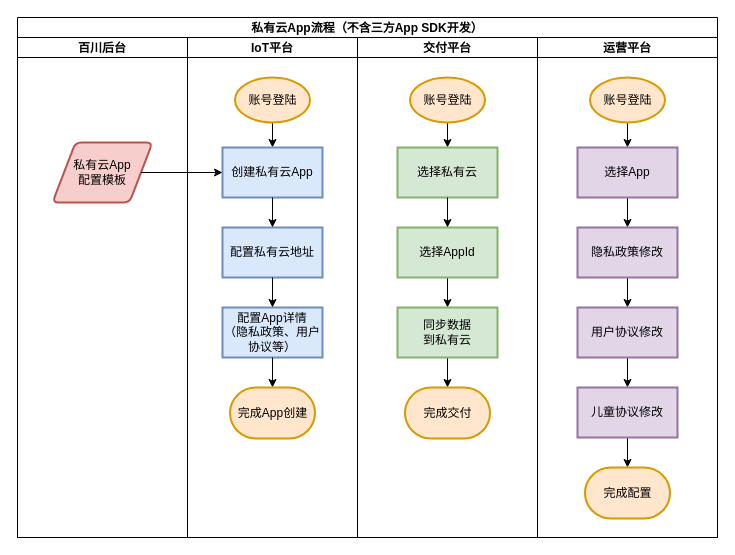
Before: page "app开发流程" (2 of 2) of Cube_workflow.drawio in Sidamor/drawio, a draw.io diagram. Source tidied: cells renumbered, new cells numbered last; positions are measured from the earlier drawing's top-left corner, leaving out a move shared by most shapes. Both pictures are drawn from the tidied source at 100%, with x=0, y=0 at pixel (17, 17).
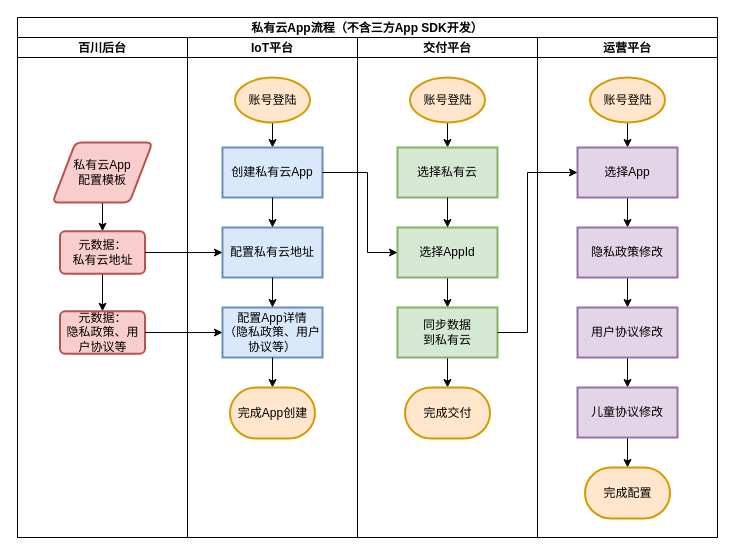
After the change.

Unchanged cells that the change refers to:
```xml
<mxCell id="2" value="私有云App流程（不含三方App SDK开发）" style="swimlane;startSize=20;" parent="1" vertex="1">
  <mxGeometry width="700" height="520" as="geometry" />
</mxCell>
<mxCell id="3" value="百川后台" style="swimlane;startSize=20;" parent="2" vertex="1">
  <mxGeometry y="20" width="170" height="500" as="geometry" />
</mxCell>
<mxCell id="4" value="私有云App&lt;br&gt;配置模板" style="shape=parallelogram;html=1;strokeWidth=2;perimeter=parallelogramPerimeter;whiteSpace=wrap;rounded=1;arcSize=12;size=0.23;fillColor=#f8cecc;strokeColor=#b85450;" parent="3" vertex="1">
  <mxGeometry x="35" y="105" width="100" height="60" as="geometry" />
</mxCell>
<mxCell id="8" value="创建私有云App" style="whiteSpace=wrap;html=1;fillColor=#dae8fc;strokeColor=#6c8ebf;strokeWidth=2;" parent="5" vertex="1">
  <mxGeometry x="35" y="110" width="100" height="50" as="geometry" />
</mxCell>
<mxCell id="9" value="配置私有云地址" style="whiteSpace=wrap;html=1;fillColor=#dae8fc;strokeColor=#6c8ebf;strokeWidth=2;" parent="5" vertex="1">
  <mxGeometry x="35" y="190" width="100" height="50" as="geometry" />
</mxCell>
<mxCell id="11" value="配置App详情&lt;br&gt;（隐私政策、用户协议等）" style="whiteSpace=wrap;html=1;fillColor=#dae8fc;strokeColor=#6c8ebf;strokeWidth=2;" parent="5" vertex="1">
  <mxGeometry x="35" y="270" width="100" height="50" as="geometry" />
</mxCell>
<mxCell id="20" value="选择AppId" style="whiteSpace=wrap;html=1;fillColor=#d5e8d4;strokeColor=#82b366;strokeWidth=2;" parent="15" vertex="1">
  <mxGeometry x="40" y="190" width="100" height="50" as="geometry" />
</mxCell>
<mxCell id="23" value="同步数据&lt;br&gt;到私有云" style="whiteSpace=wrap;html=1;fillColor=#d5e8d4;strokeColor=#82b366;strokeWidth=2;" parent="15" vertex="1">
  <mxGeometry x="40" y="270" width="100" height="50" as="geometry" />
</mxCell>
<mxCell id="29" value="选择App" style="whiteSpace=wrap;html=1;fillColor=#e1d5e7;strokeColor=#9673a6;strokeWidth=2;" parent="25" vertex="1">
  <mxGeometry x="40" y="110" width="100" height="50" as="geometry" />
</mxCell>
```

Diff of the diagram source:
```diff
@@
+    <mxCell id="38" style="edgeStyle=none;rounded=0;jettySize=auto;html=1;startArrow=none;startFill=0;endArrow=classic;endFill=1;" parent="3" edge="1" source="4" target="40">
+      <mxGeometry relative="1" as="geometry" />
+    </mxCell>
@@
+    <mxCell id="39" style="edgeStyle=none;rounded=0;jettySize=auto;html=1;startArrow=none;startFill=0;endArrow=classic;endFill=1;" parent="3" edge="1" source="40" target="41">
+      <mxGeometry relative="1" as="geometry" />
+    </mxCell>
+    <mxCell id="40" value="元数据：&lt;br&gt;私有云地址" style="whiteSpace=wrap;html=1;fillColor=#f8cecc;strokeColor=#b85450;strokeWidth=2;rounded=1;arcSize=12;" parent="3" vertex="1">
+      <mxGeometry x="42.5" y="193.8" width="85" height="42.5" as="geometry" />
+    </mxCell>
+    <mxCell id="41" value="元数据：&lt;br&gt;隐私政策、用户协议等" style="whiteSpace=wrap;html=1;fillColor=#f8cecc;strokeColor=#b85450;strokeWidth=2;rounded=1;arcSize=12;" parent="3" vertex="1">
+      <mxGeometry x="42.5" y="273.8" width="85" height="42.5" as="geometry" />
+    </mxCell>
@@
-    <mxCell id="37" style="edgeStyle=none;rounded=0;jettySize=auto;html=1;startArrow=none;startFill=0;endArrow=classic;endFill=1;" parent="2" edge="1" source="4" target="8">
-      <mxGeometry relative="1" as="geometry" />
-    </mxCell>
+    <mxCell id="42" style="edgeStyle=none;rounded=0;jettySize=auto;html=1;startArrow=none;startFill=0;endArrow=classic;endFill=1;" parent="2" edge="1" source="40" target="9">
+      <mxGeometry relative="1" as="geometry" />
+    </mxCell>
+    <mxCell id="43" style="edgeStyle=none;rounded=0;jettySize=auto;html=1;startArrow=none;startFill=0;endArrow=classic;endFill=1;" parent="2" edge="1" source="41" target="11">
+      <mxGeometry relative="1" as="geometry" />
+    </mxCell>
+    <mxCell id="44" style="edgeStyle=orthogonalEdgeStyle;rounded=0;jettySize=auto;html=1;entryX=0;entryY=0.5;entryDx=0;entryDy=0;startArrow=none;startFill=0;endArrow=classic;endFill=1;" parent="2" edge="1" source="8" target="20">
+      <mxGeometry relative="1" as="geometry">
+        <Array as="points">
+          <mxPoint x="350" y="155" />
+          <mxPoint x="350" y="235" />
+        </Array>
+      </mxGeometry>
+    </mxCell>
+    <mxCell id="45" style="edgeStyle=orthogonalEdgeStyle;rounded=0;jettySize=auto;html=1;exitX=1;exitY=0.5;exitDx=0;exitDy=0;entryX=0;entryY=0.5;entryDx=0;entryDy=0;startArrow=none;startFill=0;endArrow=classic;endFill=1;" parent="2" edge="1" source="23" target="29">
+      <mxGeometry relative="1" as="geometry">
+        <Array as="points">
+          <mxPoint x="510" y="315" />
+          <mxPoint x="510" y="155" />
+        </Array>
+      </mxGeometry>
+    </mxCell>
```
